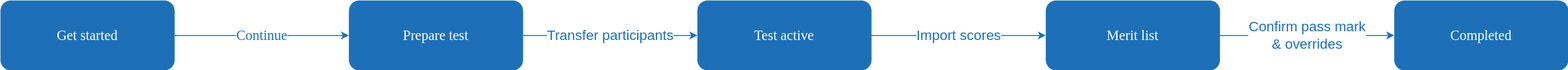
The draw.io diagram docs/features/sift.svg in jac-uk/documentation, before a commit. Source tidied: cells renumbered, new cells last; positions are measured from the earlier drawing's top-left corner, leaving out a move shared by most shapes.
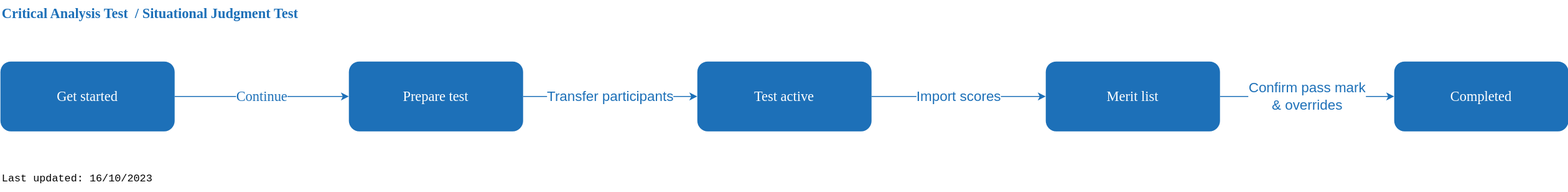
Above is the later version.

Diff of the diagram source:
```diff
@@ -29,5 +29,11 @@
     <mxCell id="10" value="Transfer participants" style="endArrow=classic;html=1;rounded=0;exitX=1;exitY=0.5;exitDx=0;exitDy=0;entryX=0;entryY=0.5;entryDx=0;entryDy=0;fontSize=16;fontColor=#1d70b8;strokeColor=#1d70b8;" parent="1" edge="1" source="3" target="6">
       <mxGeometry relative="1" as="geometry" />
     </mxCell>
+    <mxCell id="11" value="Critical Analysis Test&amp;nbsp; / Situational Judgment Test" style="text;strokeColor=none;align=left;fillColor=none;html=1;verticalAlign=middle;whiteSpace=wrap;rounded=0;fontSize=16;fontColor=#1D70B8;fontStyle=1;fontFamily=Verdana;" parent="1" vertex="1">
+      <mxGeometry y="-70" width="690" height="30" as="geometry" />
+    </mxCell>
+    <mxCell id="12" value="&lt;span&gt;Last updated: 16/10/2023&lt;/span&gt;" style="text;strokeColor=none;align=left;fillColor=none;html=1;verticalAlign=middle;whiteSpace=wrap;rounded=0;fontFamily=Courier New;fontStyle=0;" parent="1" vertex="1">
+      <mxGeometry y="120" width="460" height="30" as="geometry" />
+    </mxCell>
   </root>
 </mxGraphModel>
```
